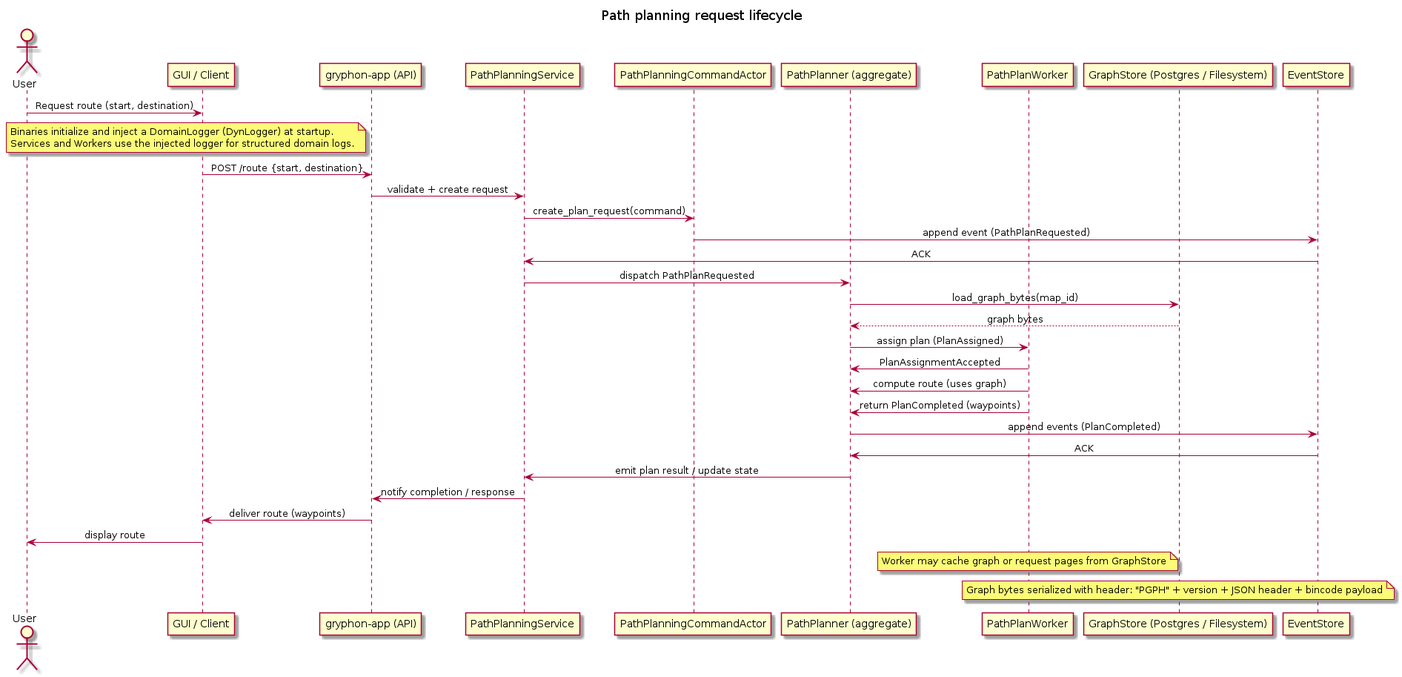
Before: docs/diagrams/path_planning_sequence.png, a diagram exported from PlantUML (eikeschumann971/gryphon-app). Its source is kept beside it as docs/diagrams/path_planning_sequence.puml.
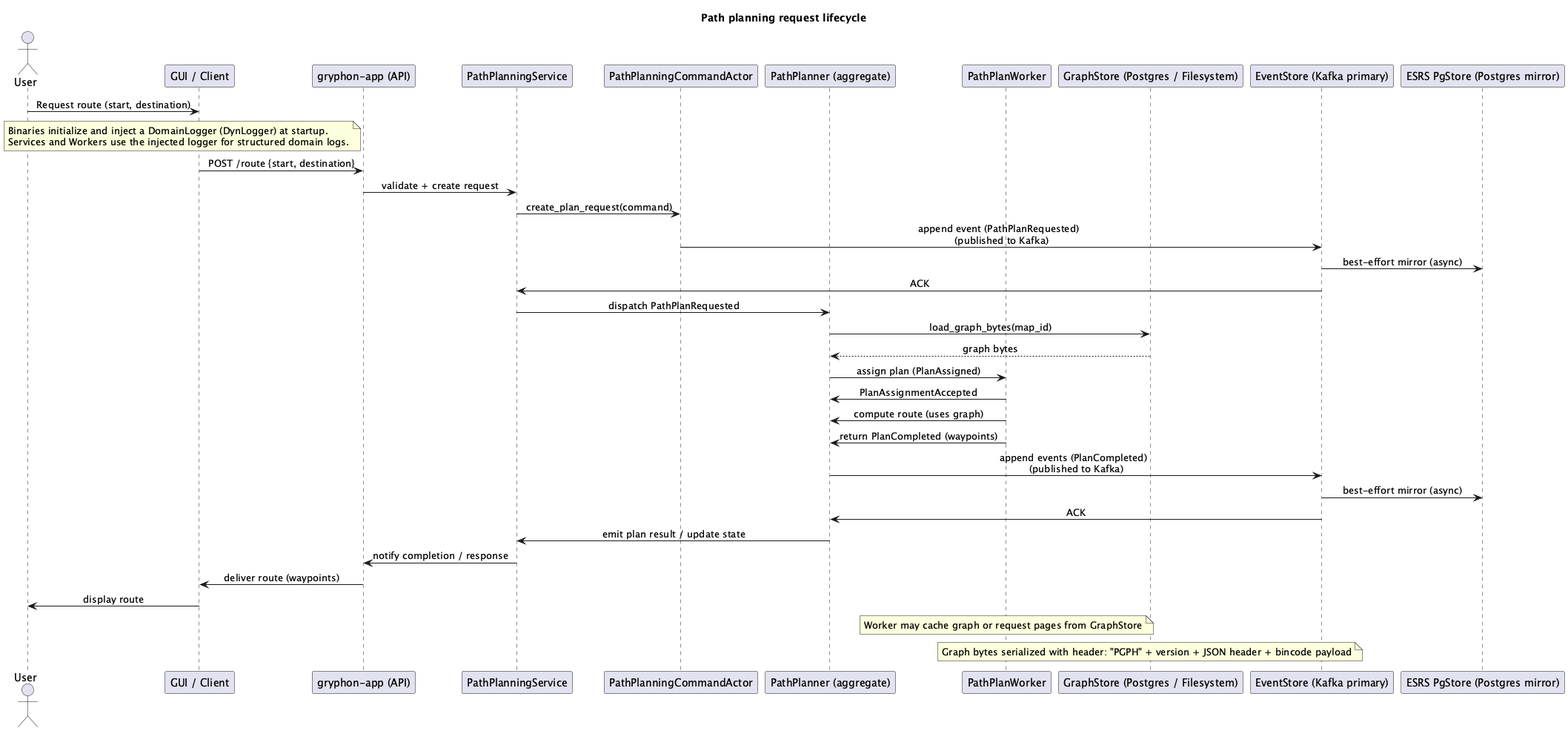
After the commit.

Change to the diagram source:
```diff
@@ -9,7 +9,8 @@
 participant Planner as "PathPlanner (aggregate)"
 participant Worker as "PathPlanWorker"
 participant GraphStore as "GraphStore (Postgres / Filesystem)"
-participant EventStore as "EventStore"
+participant EventStore as "EventStore (Kafka primary)"
+participant EsrsStore as "ESRS PgStore (Postgres mirror)"
 
 User -> GUI: Request route (start, destination)
 note left of API
@@ -19,7 +20,8 @@
 GUI -> API: POST /route {start, destination}
 API -> Service: validate + create request
 Service -> CommandActor: create_plan_request(command)
-CommandActor -> EventStore: append event (PathPlanRequested)
+CommandActor -> EventStore: append event (PathPlanRequested)  \n(published to Kafka)
+EventStore -> EsrsStore: best-effort mirror (async)
 EventStore -> Service: ACK
 Service -> Planner: dispatch PathPlanRequested
 Planner -> GraphStore: load_graph_bytes(map_id)
@@ -28,7 +30,8 @@
 Worker -> Planner: PlanAssignmentAccepted
 Worker -> Planner: compute route (uses graph)
 Worker -> Planner: return PlanCompleted (waypoints)
-Planner -> EventStore: append events (PlanCompleted)
+Planner -> EventStore: append events (PlanCompleted)  \n(published to Kafka)
+EventStore -> EsrsStore: best-effort mirror (async)
 EventStore -> Planner: ACK
 Planner -> Service: emit plan result / update state
 Service -> API: notify completion / response
```
